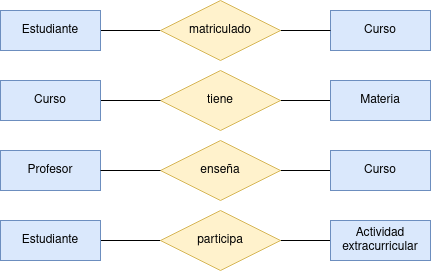
This is Unidad-1/Tareas/Tarea_Entregable-1/Diagrama Tarea Entregable 1.drawio.png from RafaelMayor/base-datos, a draw.io export, as it was before one commit. Source tidied: cells renumbered, new cells last; positions are measured from the earlier drawing's top-left corner, leaving out a move shared by most shapes. Its diagram source:
```xml
<mxGraphModel>
  <root>
    <mxCell id="0" />
    <mxCell id="1" parent="0" />
    <mxCell id="2" style="edgeStyle=orthogonalEdgeStyle;rounded=0;jettySize=auto;html=1;entryX=0;entryY=0.5;entryDx=0;entryDy=0;endArrow=none;endFill=0;" parent="1" edge="1" source="3" target="6">
      <mxGeometry relative="1" as="geometry" />
    </mxCell>
    <mxCell id="3" value="Estudiante" style="whiteSpace=wrap;html=1;align=center;fillColor=#dae8fc;strokeColor=#6c8ebf;" parent="1" vertex="1">
      <mxGeometry y="10" width="100" height="40" as="geometry" />
    </mxCell>
    <mxCell id="4" value="Curso" style="whiteSpace=wrap;html=1;align=center;fillColor=#dae8fc;strokeColor=#6c8ebf;" parent="1" vertex="1">
      <mxGeometry x="330" y="10" width="100" height="40" as="geometry" />
    </mxCell>
    <mxCell id="5" style="edgeStyle=orthogonalEdgeStyle;rounded=0;jettySize=auto;html=1;entryX=0;entryY=0.5;entryDx=0;entryDy=0;endArrow=none;endFill=0;" parent="1" edge="1" source="6" target="4">
      <mxGeometry relative="1" as="geometry" />
    </mxCell>
    <mxCell id="6" value="matriculado" style="shape=rhombus;perimeter=rhombusPerimeter;whiteSpace=wrap;html=1;align=center;fillColor=#fff2cc;strokeColor=#d6b656;" parent="1" vertex="1">
      <mxGeometry x="160" width="120" height="60" as="geometry" />
    </mxCell>
    <mxCell id="7" style="edgeStyle=orthogonalEdgeStyle;rounded=0;jettySize=auto;html=1;entryX=0;entryY=0.5;entryDx=0;entryDy=0;endArrow=none;endFill=0;" parent="1" edge="1" source="8" target="11">
      <mxGeometry relative="1" as="geometry" />
    </mxCell>
    <mxCell id="8" value="tiene" style="shape=rhombus;perimeter=rhombusPerimeter;whiteSpace=wrap;html=1;align=center;fillColor=#fff2cc;strokeColor=#d6b656;" parent="1" vertex="1">
      <mxGeometry x="160" y="70" width="120" height="60" as="geometry" />
    </mxCell>
    <mxCell id="9" style="edgeStyle=orthogonalEdgeStyle;rounded=0;jettySize=auto;html=1;entryX=0;entryY=0.5;entryDx=0;entryDy=0;endArrow=none;endFill=0;" parent="1" edge="1" source="10" target="8">
      <mxGeometry relative="1" as="geometry" />
    </mxCell>
    <mxCell id="10" value="Curso" style="whiteSpace=wrap;html=1;align=center;fillColor=#dae8fc;strokeColor=#6c8ebf;" parent="1" vertex="1">
      <mxGeometry y="80" width="100" height="40" as="geometry" />
    </mxCell>
    <mxCell id="11" value="Materia" style="whiteSpace=wrap;html=1;align=center;fillColor=#dae8fc;strokeColor=#6c8ebf;" parent="1" vertex="1">
      <mxGeometry x="330" y="80" width="100" height="40" as="geometry" />
    </mxCell>
    <mxCell id="12" value="Profesor" style="whiteSpace=wrap;html=1;align=center;fillColor=#dae8fc;strokeColor=#6c8ebf;" parent="1" vertex="1">
      <mxGeometry y="150" width="100" height="40" as="geometry" />
    </mxCell>
    <mxCell id="13" style="edgeStyle=orthogonalEdgeStyle;rounded=0;jettySize=auto;html=1;entryX=0;entryY=0.5;entryDx=0;entryDy=0;endArrow=none;endFill=0;" parent="1" edge="1" source="14" target="15">
      <mxGeometry relative="1" as="geometry" />
    </mxCell>
    <mxCell id="14" value="enseña" style="shape=rhombus;perimeter=rhombusPerimeter;whiteSpace=wrap;html=1;align=center;fillColor=#fff2cc;strokeColor=#d6b656;" parent="1" vertex="1">
      <mxGeometry x="160" y="140" width="120" height="60" as="geometry" />
    </mxCell>
    <mxCell id="15" value="Curso" style="whiteSpace=wrap;html=1;align=center;fillColor=#dae8fc;strokeColor=#6c8ebf;" parent="1" vertex="1">
      <mxGeometry x="330" y="150" width="100" height="40" as="geometry" />
    </mxCell>
    <mxCell id="16" style="edgeStyle=orthogonalEdgeStyle;rounded=0;jettySize=auto;html=1;entryX=0;entryY=0.5;entryDx=0;entryDy=0;endArrow=none;endFill=0;" parent="1" edge="1" source="12" target="14">
      <mxGeometry relative="1" as="geometry" />
    </mxCell>
    <mxCell id="17" style="edgeStyle=orthogonalEdgeStyle;rounded=0;jettySize=auto;html=1;entryX=0;entryY=0.5;entryDx=0;entryDy=0;endArrow=none;endFill=0;" parent="1" edge="1" source="18" target="20">
      <mxGeometry relative="1" as="geometry" />
    </mxCell>
    <mxCell id="18" value="Estudiante" style="whiteSpace=wrap;html=1;align=center;fillColor=#dae8fc;strokeColor=#6c8ebf;" parent="1" vertex="1">
      <mxGeometry y="220" width="100" height="40" as="geometry" />
    </mxCell>
    <mxCell id="19" style="edgeStyle=orthogonalEdgeStyle;rounded=0;jettySize=auto;html=1;entryX=0;entryY=0.5;entryDx=0;entryDy=0;endArrow=none;endFill=0;" parent="1" edge="1" source="20" target="21">
      <mxGeometry relative="1" as="geometry" />
    </mxCell>
    <mxCell id="20" value="participa" style="shape=rhombus;perimeter=rhombusPerimeter;whiteSpace=wrap;html=1;align=center;fillColor=#fff2cc;strokeColor=#d6b656;" parent="1" vertex="1">
      <mxGeometry x="160" y="210" width="120" height="60" as="geometry" />
    </mxCell>
    <mxCell id="21" value="Actividad extracurricular" style="whiteSpace=wrap;html=1;align=center;fillColor=#dae8fc;strokeColor=#6c8ebf;" parent="1" vertex="1">
      <mxGeometry x="330" y="220" width="100" height="40" as="geometry" />
    </mxCell>
  </root>
</mxGraphModel>
```
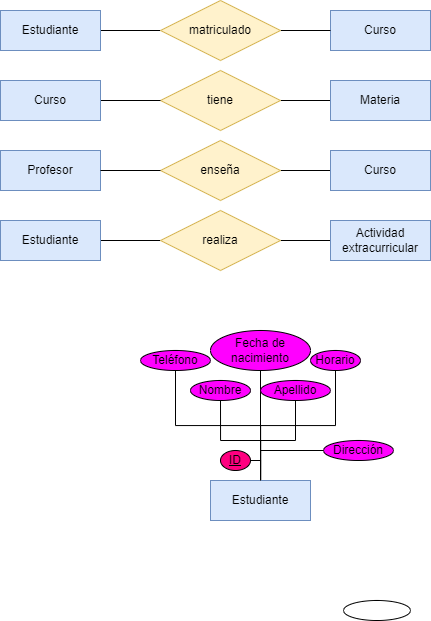
The same diagram one commit later.

What changed in the source:
```diff
@@ -56,11 +56,59 @@
     <mxCell id="19" style="edgeStyle=orthogonalEdgeStyle;rounded=0;jettySize=auto;html=1;entryX=0;entryY=0.5;entryDx=0;entryDy=0;endArrow=none;endFill=0;" parent="1" edge="1" source="20" target="21">
       <mxGeometry relative="1" as="geometry" />
     </mxCell>
-    <mxCell id="20" value="participa" style="shape=rhombus;perimeter=rhombusPerimeter;whiteSpace=wrap;html=1;align=center;fillColor=#fff2cc;strokeColor=#d6b656;" parent="1" vertex="1">
+    <mxCell id="20" value="realiza" style="shape=rhombus;perimeter=rhombusPerimeter;whiteSpace=wrap;html=1;align=center;fillColor=#fff2cc;strokeColor=#d6b656;" parent="1" vertex="1">
       <mxGeometry x="160" y="210" width="120" height="60" as="geometry" />
     </mxCell>
     <mxCell id="21" value="Actividad extracurricular" style="whiteSpace=wrap;html=1;align=center;fillColor=#dae8fc;strokeColor=#6c8ebf;" parent="1" vertex="1">
       <mxGeometry x="330" y="220" width="100" height="40" as="geometry" />
     </mxCell>
+    <mxCell id="22" style="edgeStyle=orthogonalEdgeStyle;rounded=0;jettySize=auto;html=1;entryX=0.5;entryY=1;entryDx=0;entryDy=0;endArrow=none;endFill=0;" parent="1" edge="1" source="28" target="30">
+      <mxGeometry relative="1" as="geometry" />
+    </mxCell>
+    <mxCell id="23" style="edgeStyle=orthogonalEdgeStyle;rounded=0;jettySize=auto;html=1;entryX=0.5;entryY=1;entryDx=0;entryDy=0;endArrow=none;endFill=0;" parent="1" edge="1" source="28" target="37">
+      <mxGeometry relative="1" as="geometry" />
+    </mxCell>
+    <mxCell id="24" style="edgeStyle=orthogonalEdgeStyle;rounded=0;jettySize=auto;html=1;entryX=0.5;entryY=1;entryDx=0;entryDy=0;endArrow=none;endFill=0;" parent="1" edge="1" source="28" target="34">
+      <mxGeometry relative="1" as="geometry" />
+    </mxCell>
+    <mxCell id="25" style="edgeStyle=orthogonalEdgeStyle;rounded=0;jettySize=auto;html=1;entryX=0.5;entryY=1;entryDx=0;entryDy=0;endArrow=none;endFill=0;" parent="1" edge="1" source="28" target="35">
+      <mxGeometry relative="1" as="geometry" />
+    </mxCell>
+    <mxCell id="26" style="edgeStyle=orthogonalEdgeStyle;rounded=0;jettySize=auto;html=1;entryX=0.5;entryY=1;entryDx=0;entryDy=0;endArrow=none;endFill=0;" parent="1" edge="1" source="28" target="29">
+      <mxGeometry relative="1" as="geometry" />
+    </mxCell>
+    <mxCell id="27" style="edgeStyle=orthogonalEdgeStyle;rounded=0;jettySize=auto;html=1;entryX=0.5;entryY=1;entryDx=0;entryDy=0;endArrow=none;endFill=0;" parent="1" edge="1" source="28" target="36">
+      <mxGeometry relative="1" as="geometry" />
+    </mxCell>
+    <mxCell id="28" value="Estudiante" style="whiteSpace=wrap;html=1;align=center;fillColor=#dae8fc;strokeColor=#6c8ebf;" parent="1" vertex="1">
+      <mxGeometry x="210" y="480" width="100" height="40" as="geometry" />
+    </mxCell>
+    <mxCell id="29" value="Nombre" style="ellipse;whiteSpace=wrap;html=1;align=center;fillColor=#FF00FF;" parent="1" vertex="1">
+      <mxGeometry x="190" y="380" width="60" height="20" as="geometry" />
+    </mxCell>
+    <mxCell id="30" value="ID" style="ellipse;whiteSpace=wrap;html=1;align=center;fontStyle=4;fillColor=#FF0080;" parent="1" vertex="1">
+      <mxGeometry x="220" y="450" width="30" height="20" as="geometry" />
+    </mxCell>
+    <mxCell id="31" style="ellipse;whiteSpace=wrap;html=1;align=center;" parent="1" vertex="1">
+      <mxGeometry x="343" y="600" width="67" height="20" as="geometry" />
+    </mxCell>
+    <mxCell id="32" style="edgeStyle=orthogonalEdgeStyle;rounded=0;jettySize=auto;html=1;entryX=0.5;entryY=0;entryDx=0;entryDy=0;endArrow=none;endFill=0;" parent="1" edge="1" source="33" target="28">
+      <mxGeometry relative="1" as="geometry" />
+    </mxCell>
+    <mxCell id="33" value="Dirección" style="ellipse;whiteSpace=wrap;html=1;align=center;fillColor=#FF00FF;" parent="1" vertex="1">
+      <mxGeometry x="323" y="440" width="70" height="20" as="geometry" />
+    </mxCell>
+    <mxCell id="34" value="Fecha de nacimiento" style="ellipse;whiteSpace=wrap;html=1;align=center;fillColor=#FF00FF;" parent="1" vertex="1">
+      <mxGeometry x="210" y="330" width="100" height="40" as="geometry" />
+    </mxCell>
+    <mxCell id="35" value="Apellido" style="ellipse;whiteSpace=wrap;html=1;align=center;fillColor=#FF00FF;" parent="1" vertex="1">
+      <mxGeometry x="260" y="380" width="70" height="20" as="geometry" />
+    </mxCell>
+    <mxCell id="36" value="Teléfono" style="ellipse;whiteSpace=wrap;html=1;align=center;fillColor=#FF00FF;" parent="1" vertex="1">
+      <mxGeometry x="140" y="350" width="70" height="20" as="geometry" />
+    </mxCell>
+    <mxCell id="37" value="Horario" style="ellipse;whiteSpace=wrap;html=1;align=center;fillColor=#FF00FF;" parent="1" vertex="1">
+      <mxGeometry x="310" y="350" width="50" height="20" as="geometry" />
+    </mxCell>
   </root>
 </mxGraphModel>
```
